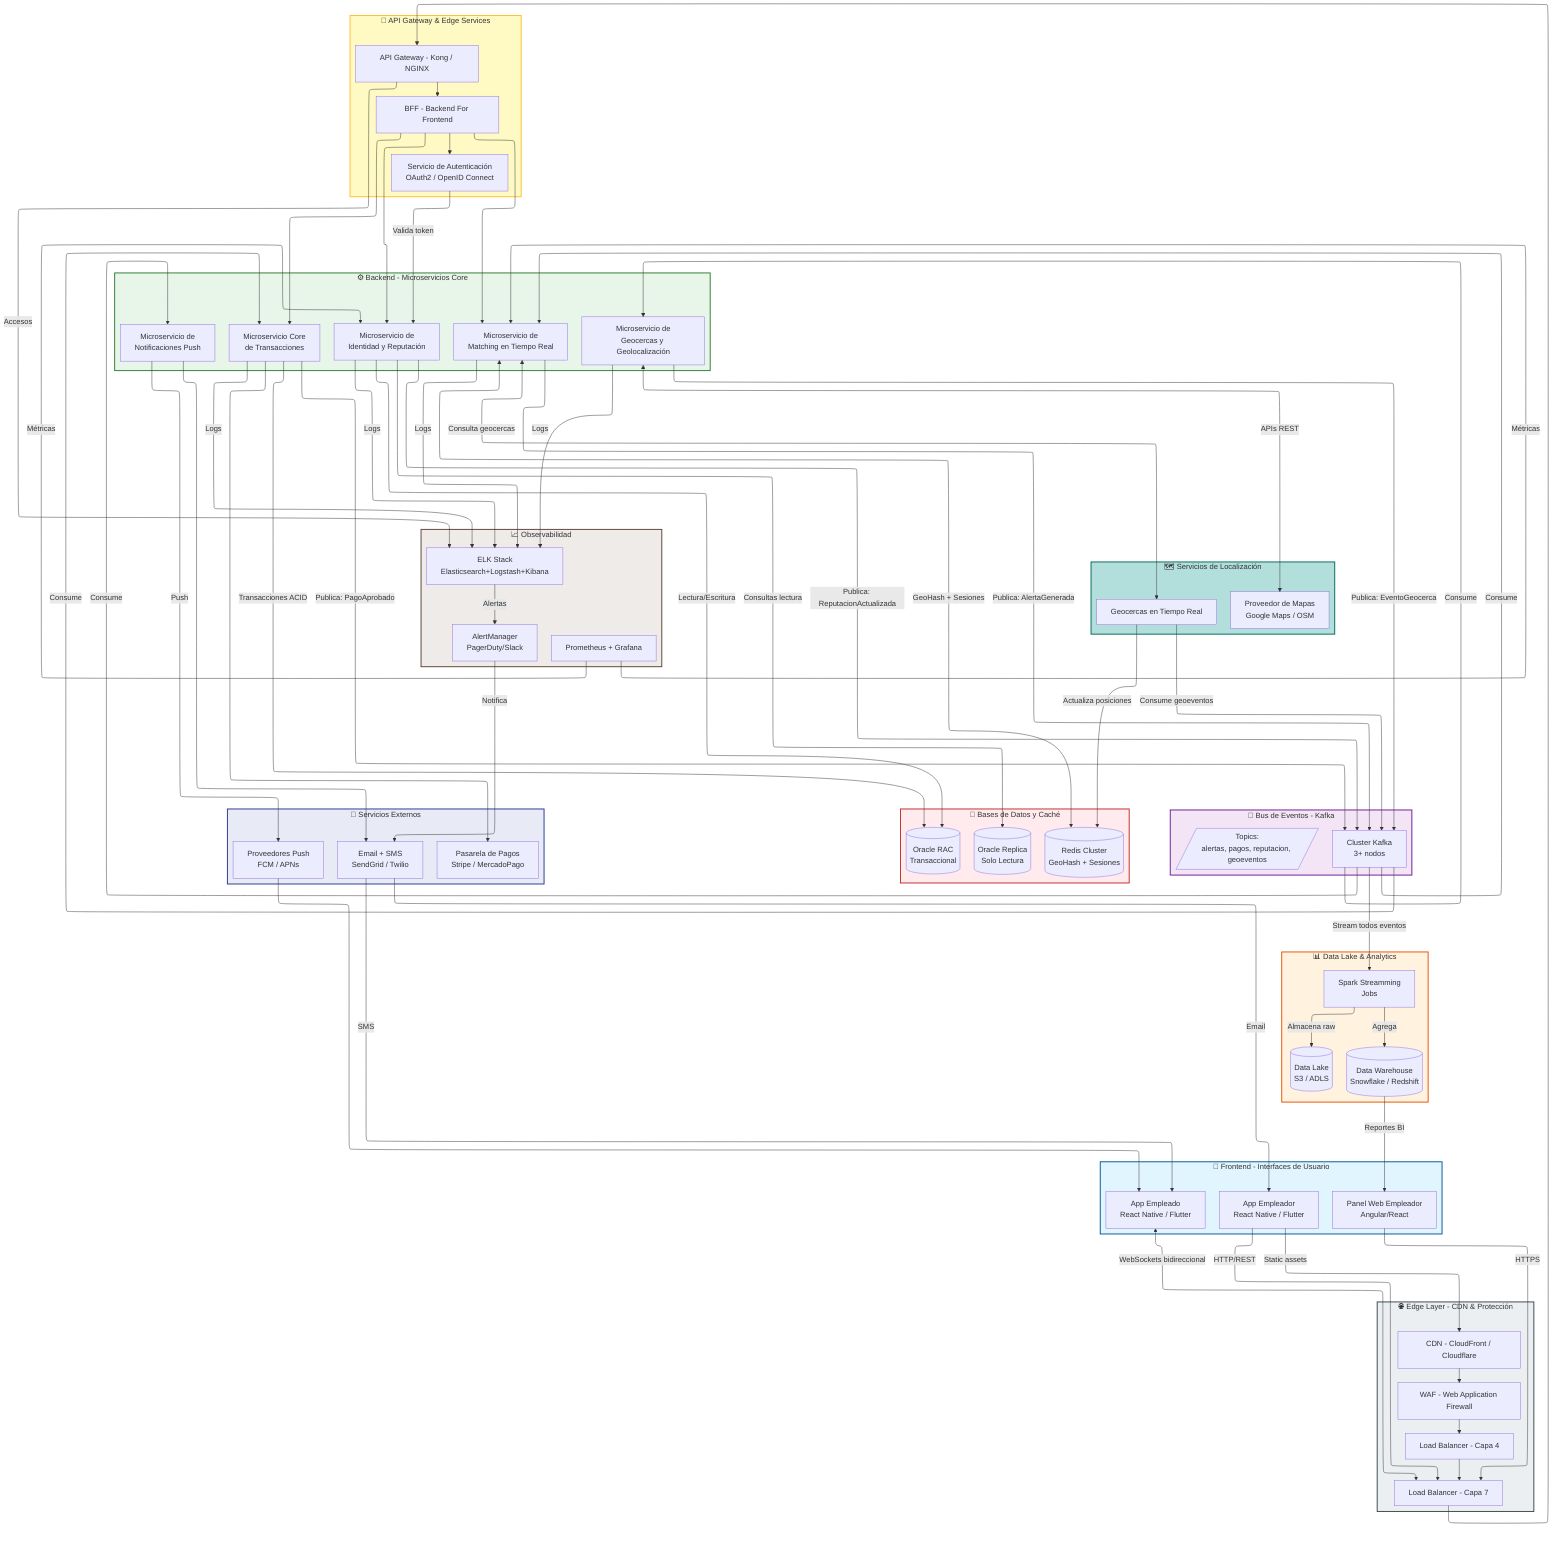
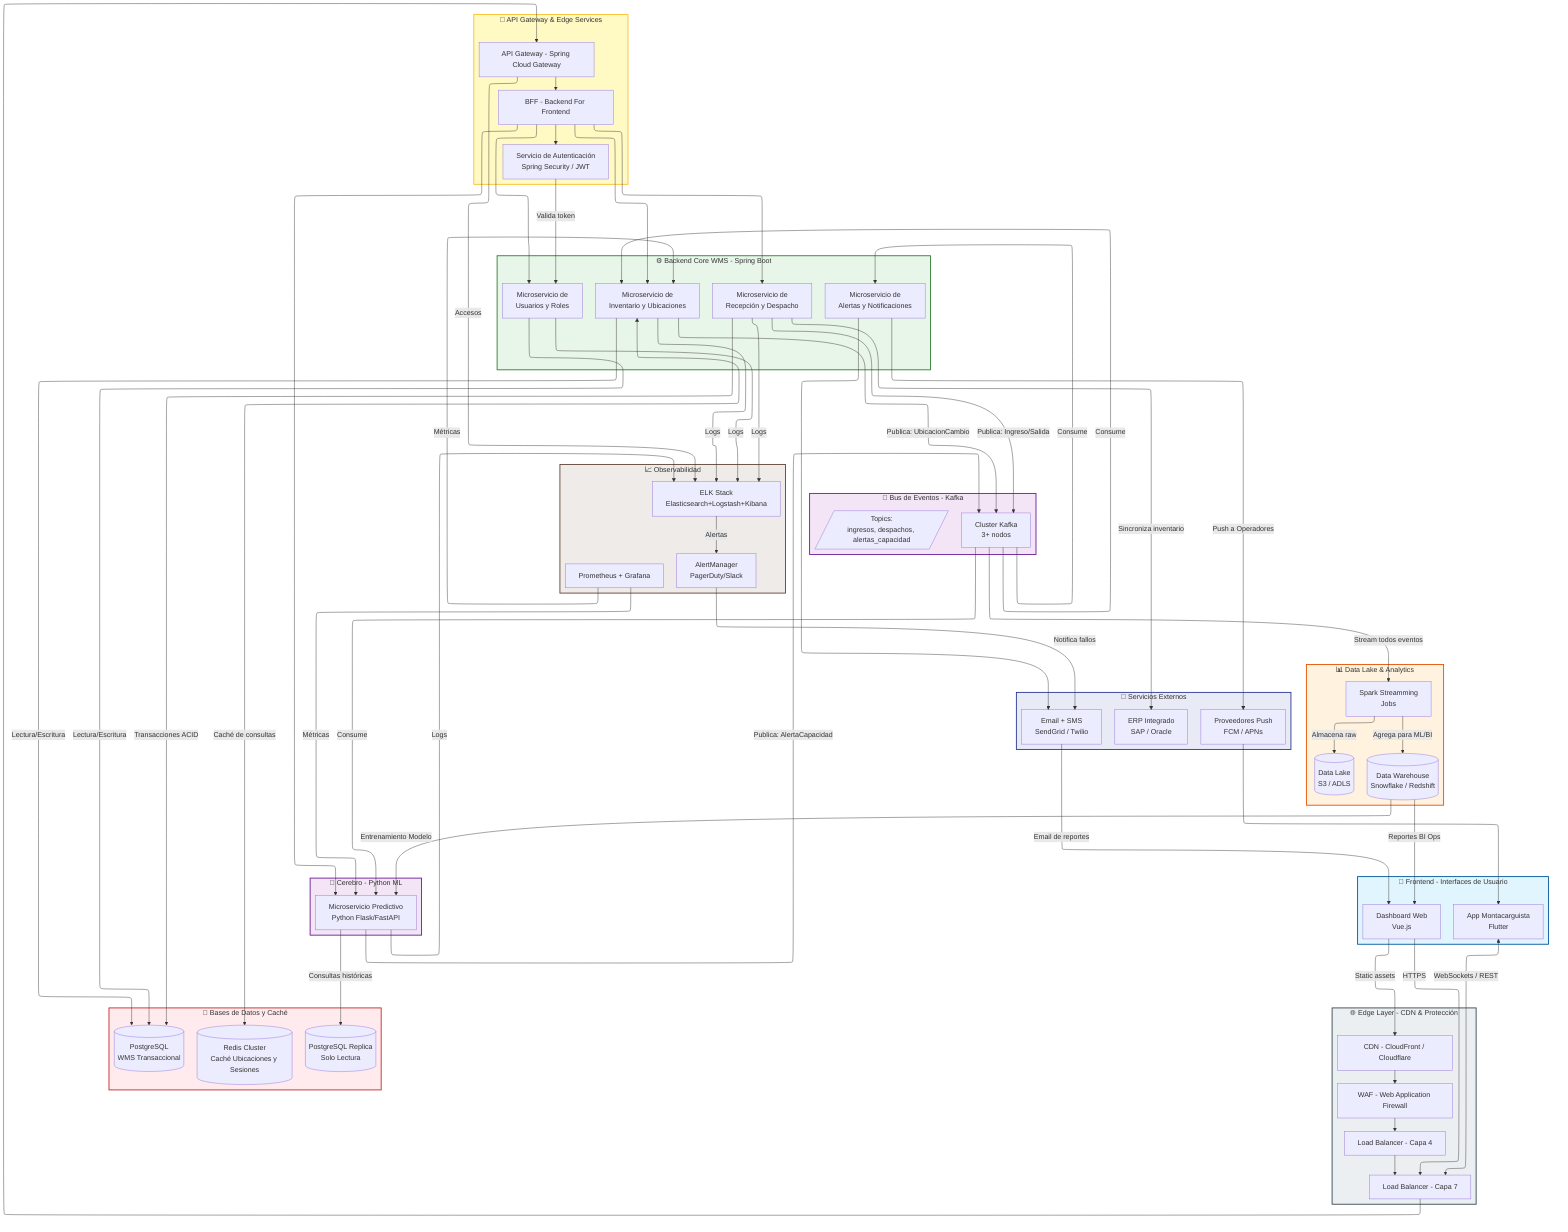
---
- description: "Diagrama de Arquitectura de Alto Nivel - OpenWork"
+ description: "Diagrama de Arquitectura de Alto Nivel - WMS COLOGISTIC S.A.C."
config:
  layout: elk
---
flowchart TD
    %% =========================================
    %% ESTILOS GLOBALES
    %% =========================================
    classDef cdn fill:#546e7a,stroke:#263238,stroke-width:2px,color:#fff
    classDef waf fill:#bf360c,stroke:#3e2723,stroke-width:2px,color:#fff
    classDef lb fill:#ff8f00,stroke:#e65100,stroke-width:2px,color:#000
    classDef frontend fill:#e1f5fe,stroke:#01579b,stroke-width:2px,color:#000
    classDef gateway fill:#fff9c4,stroke:#fbc02d,stroke-width:2px,color:#000
    classDef auth fill:#d1c4e9,stroke:#4527a0,stroke-width:2px,color:#000
    classDef backend fill:#e8f5e9,stroke:#2e7d32,stroke-width:2px,color:#000
-     classDef geo fill:#b2dfdb,stroke:#00695c,stroke-width:2px,color:#000
+     classDef ml fill:#f3e5f5,stroke:#6a1b9a,stroke-width:2px,color:#000
    classDef messaging fill:#f3e5f5,stroke:#6a1b9a,stroke-width:2px,color:#000
    classDef database fill:#ffebee,stroke:#c62828,stroke-width:2px,color:#000
    classDef external fill:#eceff1,stroke:#37474f,stroke-width:2px,color:#000
    classDef analytics fill:#fff3e0,stroke:#e65100,stroke-width:2px,color:#000
    classDef logging fill:#efebe9,stroke:#5d4037,stroke-width:2px,color:#000

    %% =========================================
    %% CAPA DE BORDE (CDN, WAF, LOAD BALANCER)
    %% =========================================
    subgraph Edge_Layer [🌐 Edge Layer - CDN & Protección]
        CDN[CDN - CloudFront / Cloudflare]
        WAF[WAF - Web Application Firewall]
        LB1[Load Balancer - Capa 4]
        LB2[Load Balancer - Capa 7]
    end
    class Edge_Layer cdn

    %% =========================================
    %% CAPA FRONTEND (MÓVIL / WEB)
    %% =========================================
    subgraph Frontend_Layer [📱 Frontend - Interfaces de Usuario]
-         AppEmpleado[App Empleado<br/>React Native / Flutter]
-         AppEmpleador[App Empleador<br/>React Native / Flutter]
-         WebPanel[Panel Web Empleador<br/>Angular/React]
+         AppOperario[App Montacarguista<br/>Flutter]
+         WebPanel[Dashboard Web<br/>Vue.js]
    end
    class Frontend_Layer frontend

    %% =========================================
    %% CAPA DE ENTRADA Y SEGURIDAD
    %% =========================================
    subgraph Gateway_Layer [🚪 API Gateway & Edge Services]
-         Gateway[API Gateway - Kong / NGINX]
+         Gateway[API Gateway - Spring Cloud Gateway]
        BFF[BFF - Backend For Frontend]
-         AuthService[Servicio de Autenticación<br/>OAuth2 / OpenID Connect]
+         AuthService[Servicio de Autenticación<br/>Spring Security / JWT]
    end
    class Gateway_Layer gateway

    %% =========================================
-     %% CAPA BACKEND (MICROSERVICIOS)
+     %% CAPA BACKEND (MICROSERVICIOS WMS)
    %% =========================================
-     subgraph Backend_Layer [⚙️ Backend - Microservicios Core]
-         MsIdentidad[Microservicio de<br/>Identidad y Reputación]
-         MsMatching[Microservicio de<br/>Matching en Tiempo Real]
-         MsTransacciones[Microservicio Core<br/>de Transacciones]
-         MsNotificaciones[Microservicio de<br/>Notificaciones Push]
-         MsGeocercas[Microservicio de<br/>Geocercas y Geolocalización]
+     subgraph Backend_Layer [⚙️ Backend Core WMS - Spring Boot]
+         MsUsuarios[Microservicio de<br/>Usuarios y Roles]
+         MsInventario[Microservicio de<br/>Inventario y Ubicaciones]
+         MsRecepcion[Microservicio de<br/>Recepción y Despacho]
+         MsNotificaciones[Microservicio de<br/>Alertas y Notificaciones]
    end
    class Backend_Layer backend

    %% =========================================
-     %% CAPA DE GEOLOCALIZACIÓN (NUEVA)
+     %% CAPA DE INTELIGENCIA ARTIFICIAL
    %% =========================================
-     subgraph Geo_Layer [🗺️ Servicios de Localización]
-         GeoCore[Geocercas en Tiempo Real]
-         MapService[Proveedor de Mapas<br/>Google Maps / OSM]
+     subgraph ML_Layer [🧠 Cerebro - Python ML]
+         MsForecasting[Microservicio Predictivo<br/>Python Flask/FastAPI]
    end
-     class Geo_Layer geo
+     class ML_Layer ml

    %% =========================================
    %% CAPA DE MENSAJERÍA (EVENTOS)
    %% =========================================
    subgraph Messaging_Layer [📨 Bus de Eventos - Kafka]
        KafkaBroker[Cluster Kafka<br/>3+ nodos]
-         Topics[/Topics:<br/>alertas, pagos, reputacion, geoeventos/]
+         Topics[/Topics:<br/>ingresos, despachos, alertas_capacidad/]
    end
    class Messaging_Layer messaging

    %% =========================================
    %% CAPA DE DATOS (SEGREGADA)
    %% =========================================
    subgraph Data_Layer [💾 Bases de Datos y Caché]
-         OraclePrimary[(Oracle RAC<br/>Transaccional)]
-         OracleReplica[(Oracle Replica<br/>Solo Lectura)]
-         RedisCluster[(Redis Cluster<br/>GeoHash + Sesiones)]
+         DBPrimary[(PostgreSQL<br/>WMS Transaccional)]
+         DBReplica[(PostgreSQL Replica<br/>Solo Lectura)]
+         RedisCluster[(Redis Cluster<br/>Caché Ubicaciones y Sesiones)]
    end
    class Data_Layer database

    %% =========================================
    %% CAPA DE ANALÍTICA Y ALMACENAMIENTO
    %% =========================================
    subgraph Analytics_Layer [📊 Data Lake & Analytics]
        DataLake[(Data Lake<br/>S3 / ADLS)]
        Warehouse[(Data Warehouse<br/>Snowflake / Redshift)]
        SparkJobs[Spark Streamming<br/>Jobs]
    end
    class Analytics_Layer analytics

    %% =========================================
    %% CAPA DE LOGGING Y MONITOREO
    %% =========================================
    subgraph Observability_Layer [📈 Observabilidad]
        ELK[ELK Stack<br/>Elasticsearch+Logstash+Kibana]
        Prometheus[Prometheus + Grafana]
        AlertManager[AlertManager<br/>PagerDuty/Slack]
    end
    class Observability_Layer logging

    %% =========================================
    %% SERVICIOS EXTERNOS
    %% =========================================
    subgraph External_Services [🔌 Servicios Externos]
-         PaymentGateway[Pasarela de Pagos<br/>Stripe / MercadoPago]
+         ERP[ERP Integrado<br/>SAP / Oracle]
        PushProviders[Proveedores Push<br/>FCM / APNs]
        EmailSMS[Email + SMS<br/>SendGrid / Twilio]
    end
    class External_Services external

    %% =========================================
-     %% FLUJOS PRINCIPALES (iguales al original)
+     %% FLUJOS PRINCIPALES
    %% =========================================
-     AppEmpleador -->|HTTP/REST| LB2
-     AppEmpleado   <-->|WebSockets bidireccional| LB2
    WebPanel      -->|HTTPS| LB2
+     AppOperario   <-->|WebSockets / REST| LB2

    LB2 --> Gateway
    Gateway --> BFF
    BFF --> AuthService
-     AuthService -->|Valida token| MsIdentidad
-     BFF --> MsIdentidad
-     BFF --> MsMatching
-     BFF --> MsTransacciones
+     AuthService -->|Valida token| MsUsuarios
+     BFF --> MsUsuarios
+     BFF --> MsInventario
+     BFF --> MsRecepcion
+     BFF --> MsForecasting

-     MsIdentidad     -->|Lectura/Escritura| OraclePrimary
-     MsTransacciones -->|Transacciones ACID| OraclePrimary
-     MsIdentidad     -->|Consultas lectura| OracleReplica
-     MsMatching      <-->|GeoHash + Sesiones| RedisCluster
+     MsUsuarios     -->|Lectura/Escritura| DBPrimary
+     MsInventario   -->|Lectura/Escritura| DBPrimary
+     MsRecepcion    -->|Transacciones ACID| DBPrimary
+     MsForecasting  -->|Consultas históricas| DBReplica
+     MsInventario   <-->|Caché de consultas| RedisCluster

-     MsMatching      -->|Publica: AlertaGenerada| KafkaBroker
-     MsTransacciones -->|Publica: PagoAprobado| KafkaBroker
-     MsIdentidad     -->|Publica: ReputacionActualizada| KafkaBroker
-     MsGeocercas     -->|Publica: EventoGeocerca| KafkaBroker
+     MsRecepcion    -->|Publica: Ingreso/Salida| KafkaBroker
+     MsInventario   -->|Publica: UbicacionCambio| KafkaBroker
+     MsForecasting  -->|Publica: AlertaCapacidad| KafkaBroker

    KafkaBroker -->|Consume| MsNotificaciones
-     KafkaBroker -->|Consume| MsTransacciones
-     KafkaBroker -->|Consume| MsMatching
-     KafkaBroker -->|Consume| MsGeocercas
+     KafkaBroker -->|Consume| MsForecasting
+     KafkaBroker -->|Consume| MsInventario

-     %% Notificaciones push original
-     MsNotificaciones -->|Push| PushProviders
-     PushProviders --> AppEmpleado
+     %% Notificaciones push
+     MsNotificaciones -->|Push a Operadores| PushProviders
+     PushProviders --> AppOperario

-     %% Nuevas conexiones elaboradas
-     %% Geolocalización
-     MsMatching <-->|Consulta geocercas| GeoCore
-     GeoCore -->|Consume geoeventos| KafkaBroker
-     GeoCore -->|Actualiza posiciones| RedisCluster
-     MsGeocercas <-->|APIs REST| MapService
- 
-     %% Pagos externos
-     MsTransacciones --> PaymentGateway
+     %% Integraciones Externas
+     MsRecepcion -->|Sincroniza inventario| ERP

    %% Notificaciones adicionales
    MsNotificaciones --> EmailSMS
-     EmailSMS -->|Email| AppEmpleador
-     EmailSMS -->|SMS| AppEmpleado
+     EmailSMS -->|Email de reportes| WebPanel

    %% Data Lake & Analytics
    KafkaBroker -->|Stream todos eventos| SparkJobs
    SparkJobs -->|Almacena raw| DataLake
-     SparkJobs -->|Agrega| Warehouse
-     Warehouse -->|Reportes BI| WebPanel
+     SparkJobs -->|Agrega para ML/BI| Warehouse
+     Warehouse -->|Reportes BI Ops| WebPanel
+     Warehouse -->|Entrenamiento Modelo| MsForecasting

    %% Logging y monitoreo
-     MsIdentidad -->|Logs| ELK
-     MsMatching -->|Logs| ELK
-     MsTransacciones -->|Logs| ELK
-     MsGeocercas -->|Logs| ELK
+     MsUsuarios -->|Logs| ELK
+     MsInventario -->|Logs| ELK
+     MsRecepcion -->|Logs| ELK
+     MsForecasting -->|Logs| ELK
    Gateway -->|Accesos| ELK
    ELK -->|Alertas| AlertManager
-     Prometheus -->|Métricas| MsIdentidad
-     Prometheus -->|Métricas| MsMatching
-     AlertManager -->|Notifica| EmailSMS
+     Prometheus -->|Métricas| MsInventario
+     Prometheus -->|Métricas| MsForecasting
+     AlertManager -->|Notifica fallos| EmailSMS

    %% CDN + WAF + LB
-     AppEmpleador -->|Static assets| CDN
+     WebPanel -->|Static assets| CDN
    CDN --> WAF
    WAF --> LB1
    LB1 --> LB2

    %% =========================================
    %% ESTILOS APLICADOS A SUBGRÁFICOS
    %% =========================================
    style Edge_Layer fill:#eceff1,stroke:#37474f,stroke-width:2px
    style Frontend_Layer fill:#e1f5fe,stroke:#01579b,stroke-width:2px
    style Gateway_Layer fill:#fff9c4,stroke:#fbc02d,stroke-width:2px
    style Backend_Layer fill:#e8f5e9,stroke:#2e7d32,stroke-width:2px
-     style Geo_Layer fill:#b2dfdb,stroke:#00695c,stroke-width:2px
+     style ML_Layer fill:#f3e5f5,stroke:#6a1b9a,stroke-width:2px
    style Messaging_Layer fill:#f3e5f5,stroke:#6a1b9a,stroke-width:2px
    style Data_Layer fill:#ffebee,stroke:#c62828,stroke-width:2px
    style Analytics_Layer fill:#fff3e0,stroke:#e65100,stroke-width:2px
    style Observability_Layer fill:#efebe9,stroke:#5d4037,stroke-width:2px
-     style External_Services fill:#e8eaf6,stroke:#283593,stroke-width:2px+     style External_Services fill:#e8eaf6,stroke:#283593,stroke-width:2px
